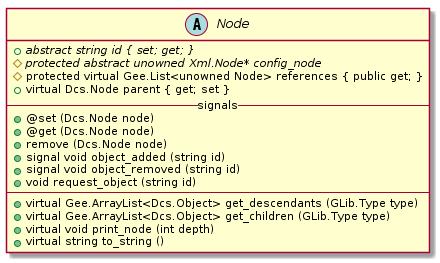
Earlier version of the PlantUML export report/figures/design/class/core/node.png (geoffjay/comp8506-docs). The source it was exported from:
```plantuml
@startuml
abstract class Node {
    +{abstract}abstract string id { set; get; }
    #{abstract}protected abstract unowned Xml.Node* config_node
    #protected virtual Gee.List<unowned Node> references { public get; }
    +virtual Dcs.Node parent { get; set }
    -- signals --
    +@set (Dcs.Node node)
    +@get (Dcs.Node node)
    +remove (Dcs.Node node)
    +signal void object_added (string id)
    +signal void object_removed (string id)
    +void request_object (string id)
    ----
    +virtual Gee.ArrayList<Dcs.Object> get_descendants (GLib.Type type)
    +virtual Gee.ArrayList<Dcs.Object> get_children (GLib.Type type)
    +virtual void print_node (int depth)
    +virtual string to_string ()
}
@enduml
```
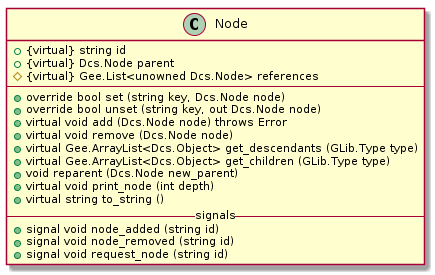
After the change.

What changed in the source:
```diff
@@ -1,20 +1,21 @@
 @startuml
-abstract class Node {
-    +{abstract}abstract string id { set; get; }
-    #{abstract}protected abstract unowned Xml.Node* config_node
-    #protected virtual Gee.List<unowned Node> references { public get; }
-    +virtual Dcs.Node parent { get; set }
-    -- signals --
-    +@set (Dcs.Node node)
-    +@get (Dcs.Node node)
-    +remove (Dcs.Node node)
-    +signal void object_added (string id)
-    +signal void object_removed (string id)
-    +void request_object (string id)
+class Node {
+    +{virtual} string id
+    +{virtual} Dcs.Node parent
+    #{virtual} Gee.List<unowned Dcs.Node> references
     ----
+    +override bool set (string key, Dcs.Node node)
+    +override bool unset (string key, out Dcs.Node node)
+    +virtual void add (Dcs.Node node) throws Error
+    +virtual void remove (Dcs.Node node)
     +virtual Gee.ArrayList<Dcs.Object> get_descendants (GLib.Type type)
     +virtual Gee.ArrayList<Dcs.Object> get_children (GLib.Type type)
+    +void reparent (Dcs.Node new_parent)
     +virtual void print_node (int depth)
     +virtual string to_string ()
+    -- signals --
+    +signal void node_added (string id)
+    +signal void node_removed (string id)
+    +signal void request_node (string id)
 }
 @enduml
```
